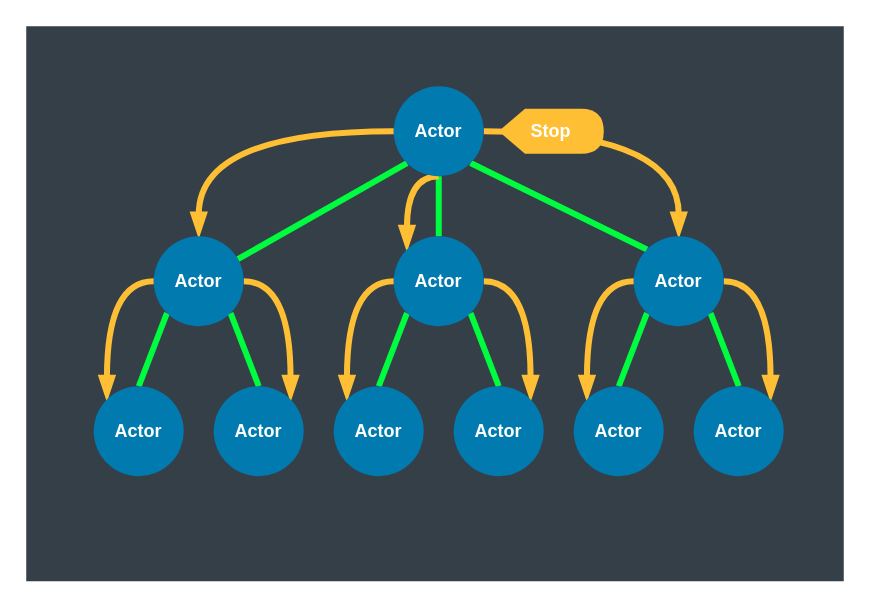
Earlier version of the draw.io diagram page "3_3_4" (12 of 18) of hugo/content/docs/images/diagrams.drawio (asynkron/protoactor-website). Source tidied: cells renumbered, new cells numbered last; positions are measured from the earlier drawing's top-left corner, leaving out a move shared by most shapes. Both pictures are drawn from the tidied source at 150%, with x=0, y=0 at pixel (26, 26).
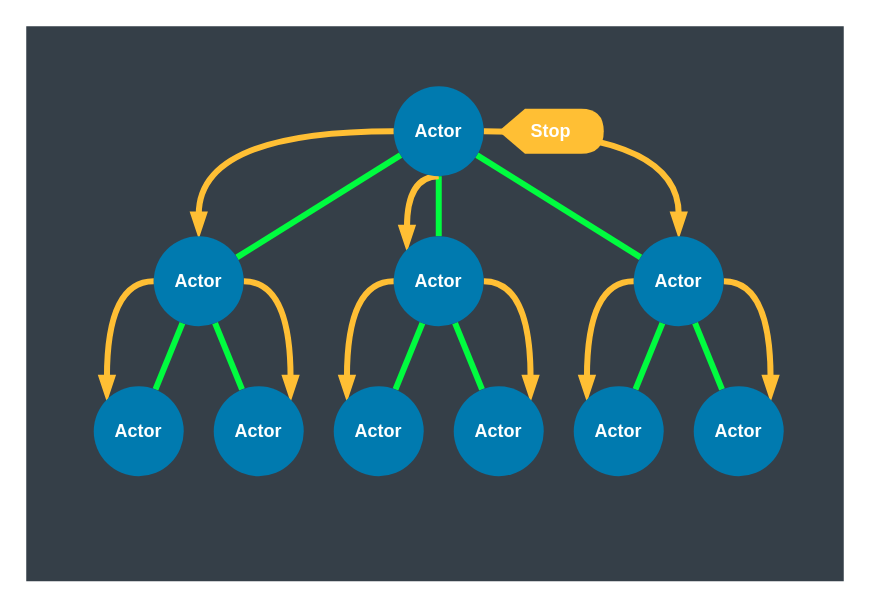
Above is the later version.

The change refers to these unchanged cells:
```xml
<mxCell id="9" value="Actor" style="ellipse;whiteSpace=wrap;html=1;strokeWidth=3;fontColor=#FFFFFF;fontStyle=1;fillColor=#007AAF;strokeColor=none;" parent="1" vertex="1">
  <mxGeometry x="245" y="40" width="60" height="60" as="geometry" />
</mxCell>
<mxCell id="10" style="group;" parent="1" vertex="1">
  <mxGeometry x="45" y="140" width="140" height="160" as="geometry" />
</mxCell>
<mxCell id="15" value="Actor" style="ellipse;whiteSpace=wrap;html=1;strokeWidth=3;fontColor=#FFFFFF;fontStyle=1;fillColor=#007AAF;strokeColor=none;" parent="10" vertex="1">
  <mxGeometry x="40" width="60" height="60" as="geometry" />
</mxCell>
<mxCell id="16" value="Actor" style="ellipse;whiteSpace=wrap;html=1;strokeWidth=3;fontColor=#FFFFFF;fontStyle=1;fillColor=#007AAF;strokeColor=none;" parent="10" vertex="1">
  <mxGeometry x="80" y="100" width="60" height="60" as="geometry" />
</mxCell>
<mxCell id="17" value="Actor" style="ellipse;whiteSpace=wrap;html=1;strokeWidth=3;fontColor=#FFFFFF;fontStyle=1;fillColor=#007AAF;strokeColor=none;" parent="10" vertex="1">
  <mxGeometry y="100" width="60" height="60" as="geometry" />
</mxCell>
<mxCell id="18" style="group;" parent="1" vertex="1">
  <mxGeometry x="365" y="140" width="140" height="160" as="geometry" />
</mxCell>
<mxCell id="23" value="Actor" style="ellipse;whiteSpace=wrap;html=1;strokeWidth=3;fontColor=#FFFFFF;fontStyle=1;fillColor=#007AAF;strokeColor=none;" parent="18" vertex="1">
  <mxGeometry x="40" width="60" height="60" as="geometry" />
</mxCell>
<mxCell id="24" value="Actor" style="ellipse;whiteSpace=wrap;html=1;strokeWidth=3;fontColor=#FFFFFF;fontStyle=1;fillColor=#007AAF;strokeColor=none;" parent="18" vertex="1">
  <mxGeometry y="100" width="60" height="60" as="geometry" />
</mxCell>
<mxCell id="25" value="Actor" style="ellipse;whiteSpace=wrap;html=1;strokeWidth=3;fontColor=#FFFFFF;fontStyle=1;fillColor=#007AAF;strokeColor=none;" parent="18" vertex="1">
  <mxGeometry x="80" y="100" width="60" height="60" as="geometry" />
</mxCell>
<mxCell id="31" value="Actor" style="ellipse;whiteSpace=wrap;html=1;strokeWidth=3;fontColor=#FFFFFF;fontStyle=1;fillColor=#007AAF;strokeColor=none;" parent="1" vertex="1">
  <mxGeometry x="245" y="140" width="60" height="60" as="geometry" />
</mxCell>
<mxCell id="32" value="Actor" style="ellipse;whiteSpace=wrap;html=1;strokeWidth=3;fontColor=#FFFFFF;fontStyle=1;fillColor=#007AAF;strokeColor=none;" parent="1" vertex="1">
  <mxGeometry x="205" y="240" width="60" height="60" as="geometry" />
</mxCell>
<mxCell id="33" value="Actor" style="ellipse;whiteSpace=wrap;html=1;strokeWidth=3;fontColor=#FFFFFF;fontStyle=1;fillColor=#007AAF;strokeColor=none;" parent="1" vertex="1">
  <mxGeometry x="285" y="240" width="60" height="60" as="geometry" />
</mxCell>
```

What changed in the source:
```diff
@@
-    <mxCell id="3" style="rounded=1;sketch=0;jumpStyle=none;jettySize=auto;html=1;exitX=0;exitY=1;exitDx=0;exitDy=0;shadow=0;endArrow=none;endFill=0;strokeColor=#00FC3F;strokeWidth=4;fontColor=#FFFFFF;" parent="1" edge="1" source="9" target="15">
+    <mxCell id="3" style="rounded=1;sketch=0;jumpStyle=none;jettySize=auto;html=1;shadow=0;endArrow=none;endFill=0;strokeColor=#00FC3F;strokeWidth=4;fontColor=#FFFFFF;" parent="1" edge="1" source="9" target="15">
       <mxGeometry relative="1" as="geometry" />
     </mxCell>
-    <mxCell id="4" style="edgeStyle=none;rounded=1;sketch=0;jumpStyle=none;jettySize=auto;html=1;exitX=1;exitY=1;exitDx=0;exitDy=0;entryX=0;entryY=0;entryDx=0;entryDy=0;shadow=0;endArrow=none;endFill=0;strokeColor=#00FC3F;strokeWidth=4;fontSize=12;fontColor=#4D4D4D;" parent="1" edge="1" source="9" target="23">
+    <mxCell id="4" style="edgeStyle=none;rounded=1;sketch=0;jumpStyle=none;jettySize=auto;html=1;shadow=0;endArrow=none;endFill=0;strokeColor=#00FC3F;strokeWidth=4;fontSize=12;fontColor=#4D4D4D;" parent="1" edge="1" source="9" target="23">
       <mxGeometry relative="1" as="geometry" />
     </mxCell>
-    <mxCell id="5" style="edgeStyle=none;rounded=1;sketch=0;jumpStyle=none;jettySize=auto;html=1;exitX=0.5;exitY=1;exitDx=0;exitDy=0;entryX=0.5;entryY=0;entryDx=0;entryDy=0;shadow=0;endArrow=none;endFill=0;strokeColor=#00FC3F;strokeWidth=4;fontSize=12;fontColor=#4D4D4D;" parent="1" edge="1" source="9" target="31">
+    <mxCell id="5" style="edgeStyle=none;rounded=1;sketch=0;jumpStyle=none;jettySize=auto;html=1;shadow=0;endArrow=none;endFill=0;strokeColor=#00FC3F;strokeWidth=4;fontSize=12;fontColor=#4D4D4D;" parent="1" edge="1" source="9" target="31">
       <mxGeometry relative="1" as="geometry" />
     </mxCell>
@@
-    <mxCell id="11" style="edgeStyle=none;rounded=1;sketch=0;jumpStyle=none;jettySize=auto;html=1;exitX=0;exitY=1;exitDx=0;exitDy=0;entryX=0.5;entryY=0;entryDx=0;entryDy=0;shadow=0;endArrow=none;endFill=0;strokeColor=#00FC3F;strokeWidth=4;fontSize=12;fontColor=#4D4D4D;" parent="10" edge="1" source="15" target="17">
+    <mxCell id="11" style="edgeStyle=none;rounded=1;sketch=0;jumpStyle=none;jettySize=auto;html=1;shadow=0;endArrow=none;endFill=0;strokeColor=#00FC3F;strokeWidth=4;fontSize=12;fontColor=#4D4D4D;" parent="10" edge="1" source="15" target="17">
       <mxGeometry relative="1" as="geometry" />
     </mxCell>
-    <mxCell id="12" style="edgeStyle=none;rounded=1;sketch=0;jumpStyle=none;jettySize=auto;html=1;exitX=1;exitY=1;exitDx=0;exitDy=0;entryX=0.5;entryY=0;entryDx=0;entryDy=0;shadow=0;endArrow=none;endFill=0;strokeColor=#00FC3F;strokeWidth=4;fontSize=12;fontColor=#4D4D4D;" parent="10" edge="1" source="15" target="16">
+    <mxCell id="12" style="edgeStyle=none;rounded=1;sketch=0;jumpStyle=none;jettySize=auto;html=1;shadow=0;endArrow=none;endFill=0;strokeColor=#00FC3F;strokeWidth=4;fontSize=12;fontColor=#4D4D4D;" parent="10" edge="1" source="15" target="16">
       <mxGeometry relative="1" as="geometry" />
     </mxCell>
@@
-    <mxCell id="19" style="edgeStyle=none;rounded=1;sketch=0;jumpStyle=none;jettySize=auto;html=1;exitX=0;exitY=1;exitDx=0;exitDy=0;entryX=0.5;entryY=0;entryDx=0;entryDy=0;shadow=0;endArrow=none;endFill=0;strokeColor=#00FC3F;strokeWidth=4;fontSize=12;fontColor=#4D4D4D;" parent="18" edge="1" source="23" target="24">
+    <mxCell id="19" style="edgeStyle=none;rounded=1;sketch=0;jumpStyle=none;jettySize=auto;html=1;shadow=0;endArrow=none;endFill=0;strokeColor=#00FC3F;strokeWidth=4;fontSize=12;fontColor=#4D4D4D;" parent="18" edge="1" source="23" target="24">
       <mxGeometry relative="1" as="geometry" />
     </mxCell>
-    <mxCell id="20" style="edgeStyle=none;rounded=1;sketch=0;jumpStyle=none;jettySize=auto;html=1;exitX=1;exitY=1;exitDx=0;exitDy=0;entryX=0.5;entryY=0;entryDx=0;entryDy=0;shadow=0;endArrow=none;endFill=0;strokeColor=#00FC3F;strokeWidth=4;fontSize=12;fontColor=#4D4D4D;" parent="18" edge="1" source="23" target="25">
+    <mxCell id="20" style="edgeStyle=none;rounded=1;sketch=0;jumpStyle=none;jettySize=auto;html=1;shadow=0;endArrow=none;endFill=0;strokeColor=#00FC3F;strokeWidth=4;fontSize=12;fontColor=#4D4D4D;" parent="18" edge="1" source="23" target="25">
       <mxGeometry relative="1" as="geometry" />
     </mxCell>
@@
-    <mxCell id="27" style="edgeStyle=none;rounded=1;sketch=0;jumpStyle=none;jettySize=auto;html=1;exitX=0;exitY=1;exitDx=0;exitDy=0;entryX=0.5;entryY=0;entryDx=0;entryDy=0;shadow=0;endArrow=none;endFill=0;strokeColor=#00FC3F;strokeWidth=4;fontSize=12;fontColor=#4D4D4D;" parent="1" edge="1" source="31" target="32">
+    <mxCell id="27" style="edgeStyle=none;rounded=1;sketch=0;jumpStyle=none;jettySize=auto;html=1;shadow=0;endArrow=none;endFill=0;strokeColor=#00FC3F;strokeWidth=4;fontSize=12;fontColor=#4D4D4D;" parent="1" edge="1" source="31" target="32">
       <mxGeometry x="240" y="620" as="geometry" />
     </mxCell>
-    <mxCell id="28" style="edgeStyle=none;rounded=1;sketch=0;jumpStyle=none;jettySize=auto;html=1;exitX=1;exitY=1;exitDx=0;exitDy=0;entryX=0.5;entryY=0;entryDx=0;entryDy=0;shadow=0;endArrow=none;endFill=0;strokeColor=#00FC3F;strokeWidth=4;fontSize=12;fontColor=#4D4D4D;" parent="1" edge="1" source="31" target="33">
+    <mxCell id="28" style="edgeStyle=none;rounded=1;sketch=0;jumpStyle=none;jettySize=auto;html=1;shadow=0;endArrow=none;endFill=0;strokeColor=#00FC3F;strokeWidth=4;fontSize=12;fontColor=#4D4D4D;" parent="1" edge="1" source="31" target="33">
       <mxGeometry x="240" y="620" as="geometry" />
     </mxCell>
```
